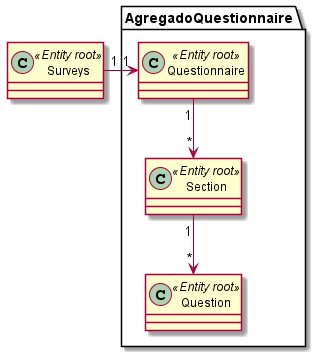
Before: Documentation/Geral/AgregadoQuestionnaire.png, a diagram exported from PlantUML (LourencoMelo/ISEP-EAPLI).
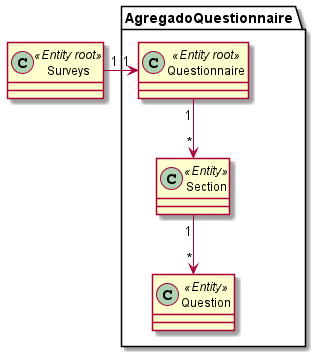
Later version of the same file.

Change to the diagram source:
```diff
@@ -3,8 +3,8 @@
 Surveys <<Entity root>>
 package AgregadoQuestionnaire {
 Questionnaire <<Entity root>>
-Section <<Entity root>>
-Question <<Entity root>>
+Section <<Entity>>
+Question <<Entity>>
 }
 
 Surveys "1" -right-> "1" Questionnaire
```
